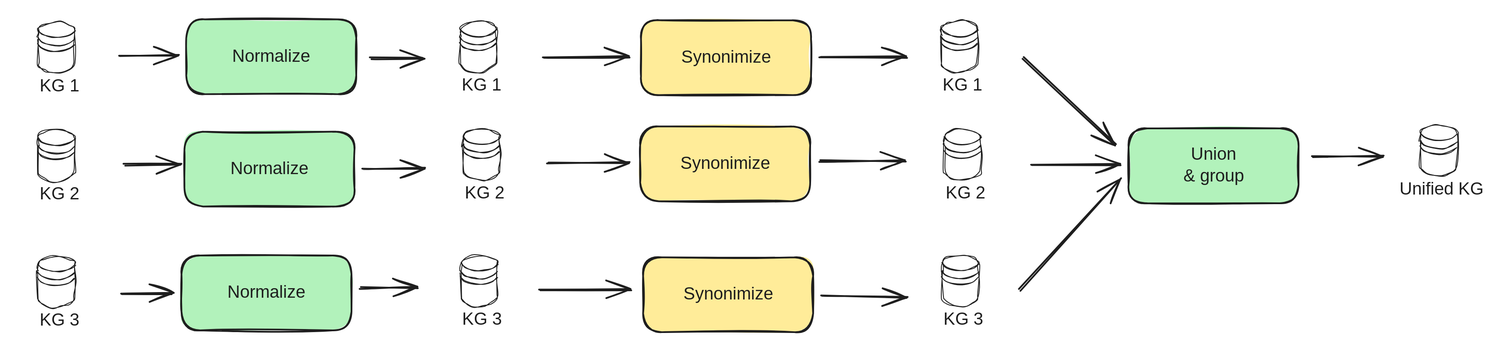
everycure-org/matrix keeps this Excalidraw diagram as docs/src/assets/img/kg_integration_approach.excalidraw.svg. Above is the earlier version. Source tidied: one line per element, renumbered; positions are measured from the earlier drawing's top-left corner, leaving out a move shared by most shapes.
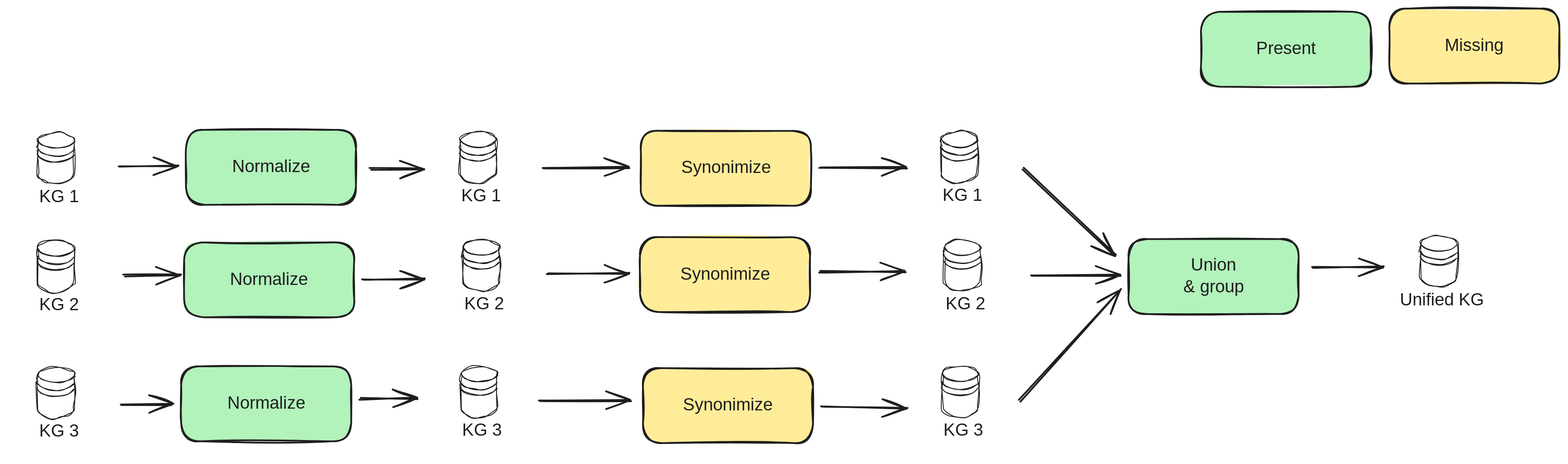
After the commit.

The edit, as a diff of the source:
```diff
@@ -88,3 +88,7 @@
 {"id": 87, "type": "arrow", "strokeColor": "#1e1e1e", "strokeWidth": 2, "roughness": 1, "endArrowhead": "arrow", "round": true, "from": 56, "to": 44, "x": 1185, "y": 181, "width": 103, "height": 0, "points": [[0, 0], [103, 0]]}
 {"id": 88, "type": "arrow", "strokeColor": "#1e1e1e", "strokeWidth": 2, "roughness": 1, "endArrowhead": "arrow", "round": true, "from": 62, "to": 44, "x": 1172, "y": 326, "width": 118, "height": 129, "points": [[0, 0], [118, -129]]}
 {"id": 89, "type": "arrow", "strokeColor": "#1e1e1e", "strokeWidth": 2, "roughness": 1, "endArrowhead": "arrow", "round": true, "from": 44, "to": 68, "x": 1512, "y": 173, "width": 82, "height": 2, "points": [[0, 0], [82, -2]]}
+{"id": 90, "type": "rectangle", "strokeColor": "#1e1e1e", "backgroundColor": "#ffec99", "fillStyle": "solid", "strokeWidth": 2, "roughness": 1, "round": true, "x": 1601, "y": -128, "width": 197, "height": 87}
+{"id": 91, "type": "text", "text": "Missing", "strokeColor": "#1e1e1e", "strokeWidth": 2, "roughness": 1, "fontSize": 20, "fontFamily": 1, "textAlign": "center", "verticalAlign": "middle", "inside": 90, "x": 1667, "y": -97, "width": 65, "height": 25}
+{"id": 92, "type": "rectangle", "strokeColor": "#1e1e1e", "backgroundColor": "#b2f2bb", "fillStyle": "solid", "strokeWidth": 2, "roughness": 1, "round": true, "x": 1383, "y": -125, "width": 197, "height": 87}
+{"id": 93, "type": "text", "text": "Present", "strokeColor": "#1e1e1e", "strokeWidth": 2, "roughness": 1, "fontSize": 20, "fontFamily": 1, "textAlign": "center", "verticalAlign": "middle", "inside": 92, "x": 1444, "y": -94, "width": 75, "height": 25}
```
